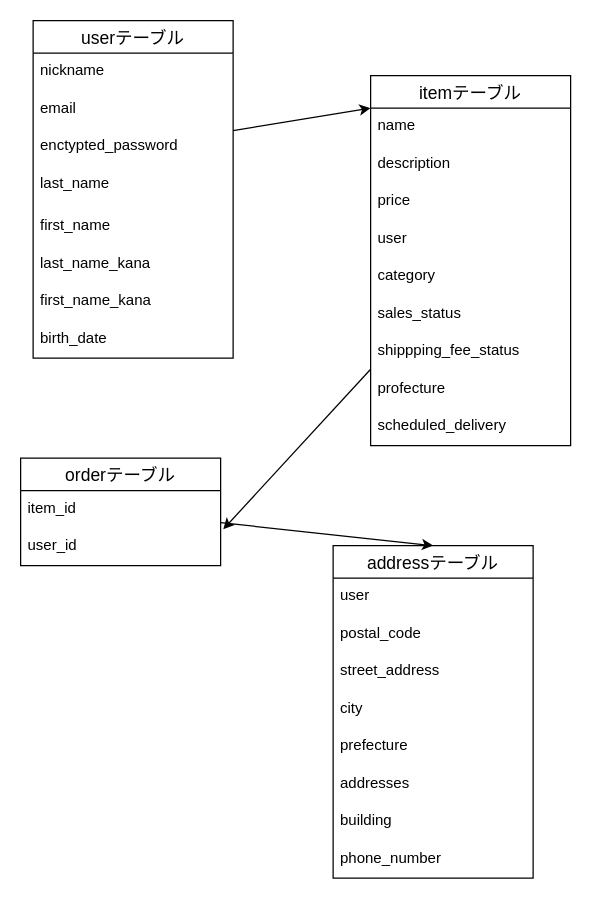
kina3685/furima-41348 keeps this draw.io diagram as item.dio. Above is the earlier version. Source tidied: cells renumbered, new cells numbered last; positions are measured from the earlier drawing's top-left corner, leaving out a move shared by most shapes. Both pictures are drawn from the tidied source at 125%, with x=0, y=0 at pixel (20, 20).
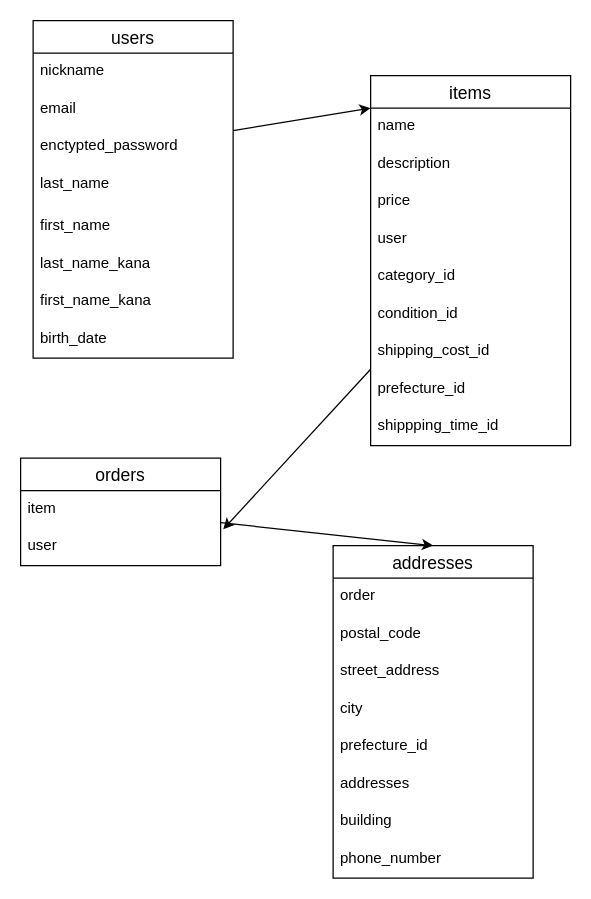
The same page after the edit.

Commit message:
ER図の修正（完）

What changed in the source:
```diff
@@
-    <mxCell id="2" value="userテーブル" style="swimlane;fontStyle=0;horizontal=1;startSize=26;align=center;fontSize=14;" parent="1" vertex="1">
+    <mxCell id="2" value="users" style="swimlane;fontStyle=0;horizontal=1;startSize=26;align=center;fontSize=14;" parent="1" vertex="1">
       <mxGeometry x="10" width="160" height="270" as="geometry" />
     </mxCell>
@@
-    <mxCell id="11" value="addressテーブル" style="swimlane;fontStyle=0;horizontal=1;startSize=26;align=center;fontSize=14;" parent="1" vertex="1">
+    <mxCell id="11" value="addresses" style="swimlane;fontStyle=0;horizontal=1;startSize=26;align=center;fontSize=14;" parent="1" vertex="1">
       <mxGeometry x="250" y="420" width="160" height="266" as="geometry" />
     </mxCell>
-    <mxCell id="12" value="user" style="text;strokeColor=none;fillColor=none;spacingLeft=4;spacingRight=4;overflow=hidden;fontSize=12;" parent="11" vertex="1">
+    <mxCell id="12" value="order" style="text;strokeColor=none;fillColor=none;spacingLeft=4;spacingRight=4;overflow=hidden;fontSize=12;" parent="11" vertex="1">
       <mxGeometry y="26" width="160" height="30" as="geometry" />
     </mxCell>
@@
-    <mxCell id="16" value="prefecture" style="text;strokeColor=none;fillColor=none;spacingLeft=4;spacingRight=4;overflow=hidden;fontSize=12;" parent="11" vertex="1">
+    <mxCell id="16" value="prefecture_id" style="text;strokeColor=none;fillColor=none;spacingLeft=4;spacingRight=4;overflow=hidden;fontSize=12;" parent="11" vertex="1">
       <mxGeometry y="146" width="160" height="30" as="geometry" />
     </mxCell>
@@
-    <mxCell id="21" value="orderテーブル" style="swimlane;fontStyle=0;horizontal=1;startSize=26;align=center;fontSize=14;" parent="1" vertex="1">
+    <mxCell id="21" value="orders" style="swimlane;fontStyle=0;horizontal=1;startSize=26;align=center;fontSize=14;" parent="1" vertex="1">
       <mxGeometry y="350" width="160" height="86" as="geometry" />
     </mxCell>
-    <mxCell id="22" value="item_id" style="text;strokeColor=none;fillColor=none;spacingLeft=4;spacingRight=4;overflow=hidden;fontSize=12;" parent="21" vertex="1">
+    <mxCell id="22" value="item" style="text;strokeColor=none;fillColor=none;spacingLeft=4;spacingRight=4;overflow=hidden;fontSize=12;" parent="21" vertex="1">
       <mxGeometry y="26" width="160" height="30" as="geometry" />
     </mxCell>
-    <mxCell id="23" value="user_id" style="text;strokeColor=none;fillColor=none;spacingLeft=4;spacingRight=4;overflow=hidden;points=[[0,0.5],[1,0.5]];portConstraint=eastwest;fontSize=12;" parent="21" vertex="1">
+    <mxCell id="23" value="user" style="text;strokeColor=none;fillColor=none;spacingLeft=4;spacingRight=4;overflow=hidden;points=[[0,0.5],[1,0.5]];portConstraint=eastwest;fontSize=12;" parent="21" vertex="1">
       <mxGeometry y="56" width="160" height="30" as="geometry" />
     </mxCell>
@@
-    <mxCell id="25" value="itemテーブル" style="swimlane;fontStyle=0;horizontal=1;startSize=26;align=center;fontSize=14;" parent="1" vertex="1">
+    <mxCell id="25" value="items" style="swimlane;fontStyle=0;horizontal=1;startSize=26;align=center;fontSize=14;" parent="1" vertex="1">
       <mxGeometry x="280" y="44" width="160" height="296" as="geometry" />
     </mxCell>
@@
-    <mxCell id="30" value="category" style="text;strokeColor=none;fillColor=none;spacingLeft=4;spacingRight=4;overflow=hidden;fontSize=12;" parent="25" vertex="1">
+    <mxCell id="30" value="category_id" style="text;strokeColor=none;fillColor=none;spacingLeft=4;spacingRight=4;overflow=hidden;fontSize=12;" parent="25" vertex="1">
       <mxGeometry y="146" width="160" height="30" as="geometry" />
     </mxCell>
-    <mxCell id="31" value="sales_status" style="text;strokeColor=none;fillColor=none;spacingLeft=4;spacingRight=4;overflow=hidden;fontSize=12;" parent="25" vertex="1">
-      <mxGeometry y="176" width="160" height="30" as="geometry" />
-    </mxCell>
-    <mxCell id="32" value="shippping_fee_status" style="text;strokeColor=none;fillColor=none;spacingLeft=4;spacingRight=4;overflow=hidden;fontSize=12;" parent="25" vertex="1">
-      <mxGeometry y="206" width="160" height="30" as="geometry" />
-    </mxCell>
+    <mxCell id="36" value="condition_id" style="text;strokeColor=none;fillColor=none;spacingLeft=4;spacingRight=4;overflow=hidden;fontSize=12;" parent="25" vertex="1">
+      <mxGeometry y="176" width="160" height="30" as="geometry" />
+    </mxCell>
+    <mxCell id="37" value="shipping_cost_id" style="text;strokeColor=none;fillColor=none;spacingLeft=4;spacingRight=4;overflow=hidden;fontSize=12;" parent="25" vertex="1">
+      <mxGeometry y="206" width="160" height="30" as="geometry" />
+    </mxCell>
-    <mxCell id="33" value="profecture" style="text;strokeColor=none;fillColor=none;spacingLeft=4;spacingRight=4;overflow=hidden;fontSize=12;" parent="25" vertex="1">
+    <mxCell id="33" value="prefecture_id" style="text;strokeColor=none;fillColor=none;spacingLeft=4;spacingRight=4;overflow=hidden;fontSize=12;" parent="25" vertex="1">
       <mxGeometry y="236" width="160" height="30" as="geometry" />
     </mxCell>
-    <mxCell id="34" value="scheduled_delivery" style="text;strokeColor=none;fillColor=none;spacingLeft=4;spacingRight=4;overflow=hidden;fontSize=12;" parent="25" vertex="1">
+    <mxCell id="34" value="shippping_time_id" style="text;strokeColor=none;fillColor=none;spacingLeft=4;spacingRight=4;overflow=hidden;fontSize=12;" parent="25" vertex="1">
       <mxGeometry y="266" width="160" height="30" as="geometry" />
     </mxCell>
```
